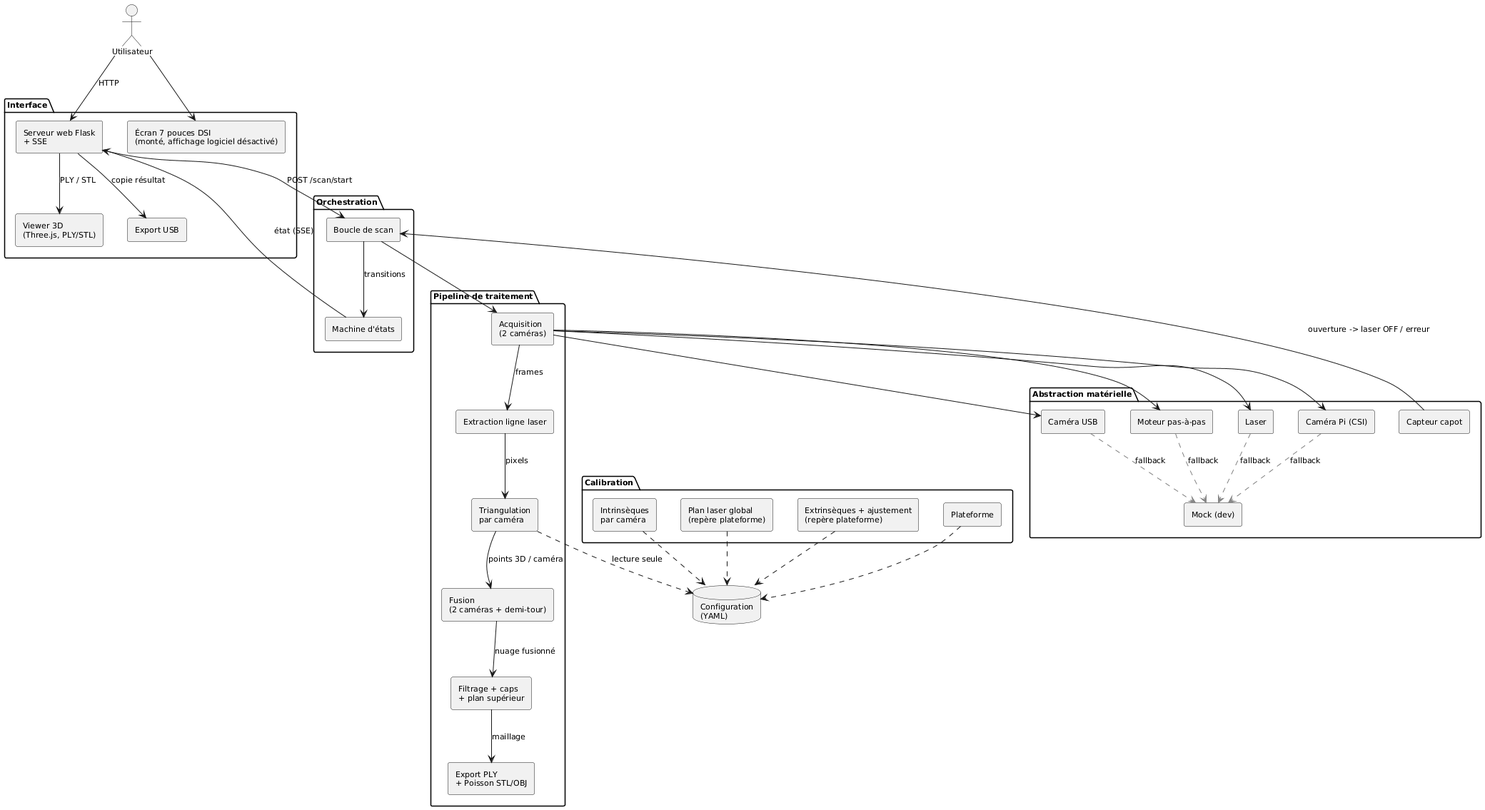
Above: docs/rapport/diagrams/architecture_composants.png in tom-berthoud/scanner3d-pmd (PlantUML), before the change.
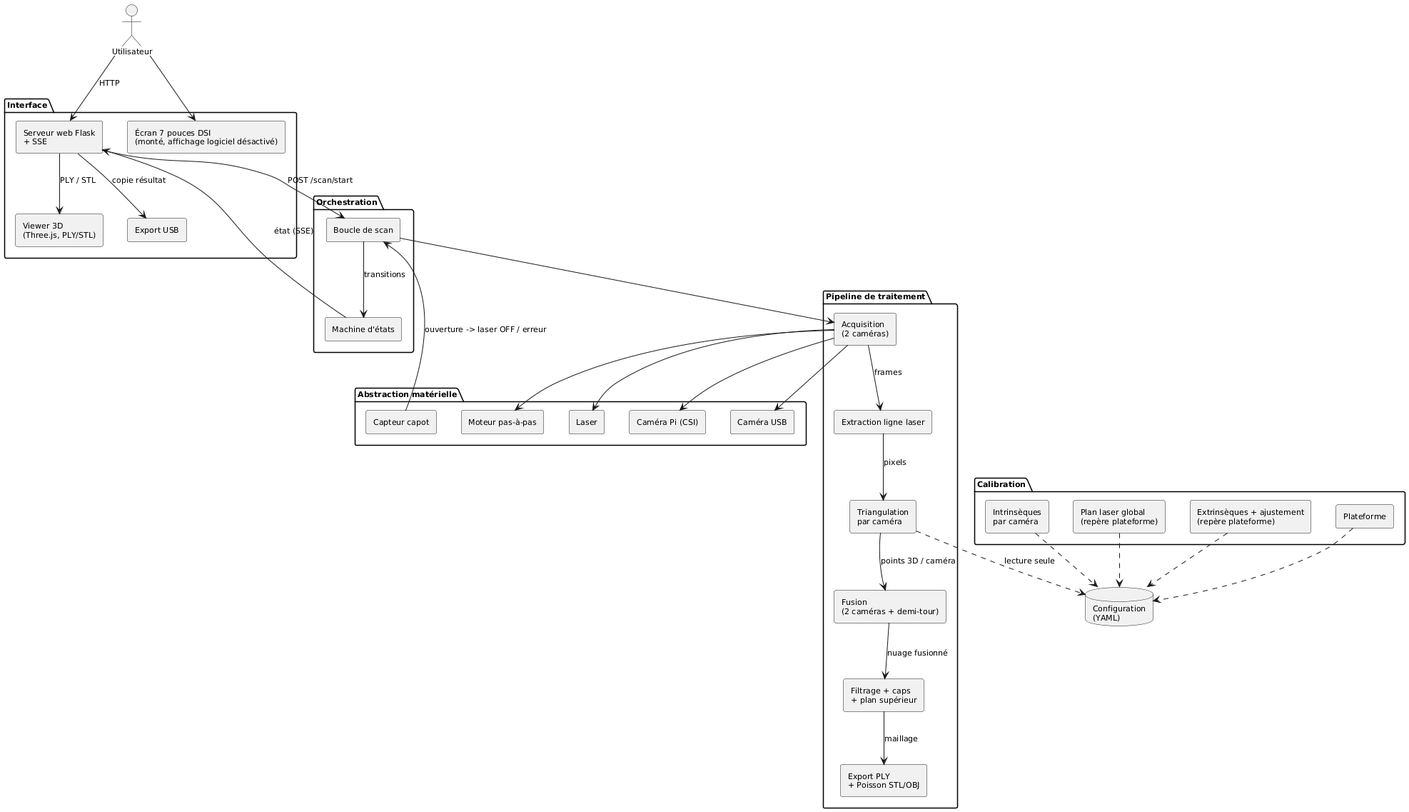
After the commit.

The edit, as a diff of the source:
```diff
@@ -42,7 +42,6 @@
   [Moteur pas-à-pas] as hw_motor
   [Laser] as hw_laser
   [Capteur capot] as hw_door
-  [Mock (dev)] as hw_mock
 }
 
 database "Configuration\n(YAML)" as cfg
@@ -70,9 +69,5 @@
 calib_ext ..> cfg
 calib_plat ..> cfg
 tri ..> cfg : lecture seule
-hw_cam .[#gray].> hw_mock : fallback
-hw_usb .[#gray].> hw_mock : fallback
-hw_motor .[#gray].> hw_mock : fallback
-hw_laser .[#gray].> hw_mock : fallback
 
 @enduml
```
